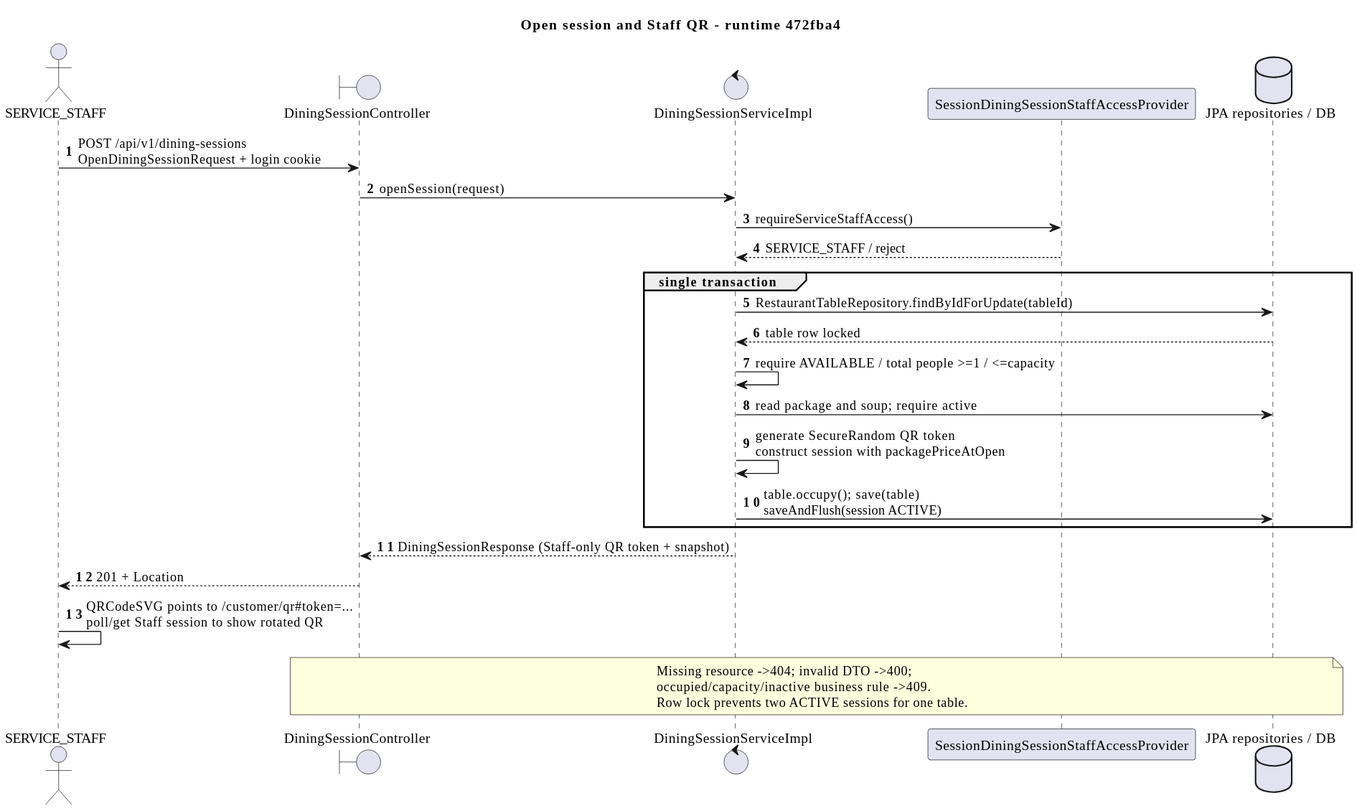
Earlier version of the PlantUML export doc/diagrams/previews/sequence-open-session.svg (PavaritPramual/buffet-restaurant-management-system).
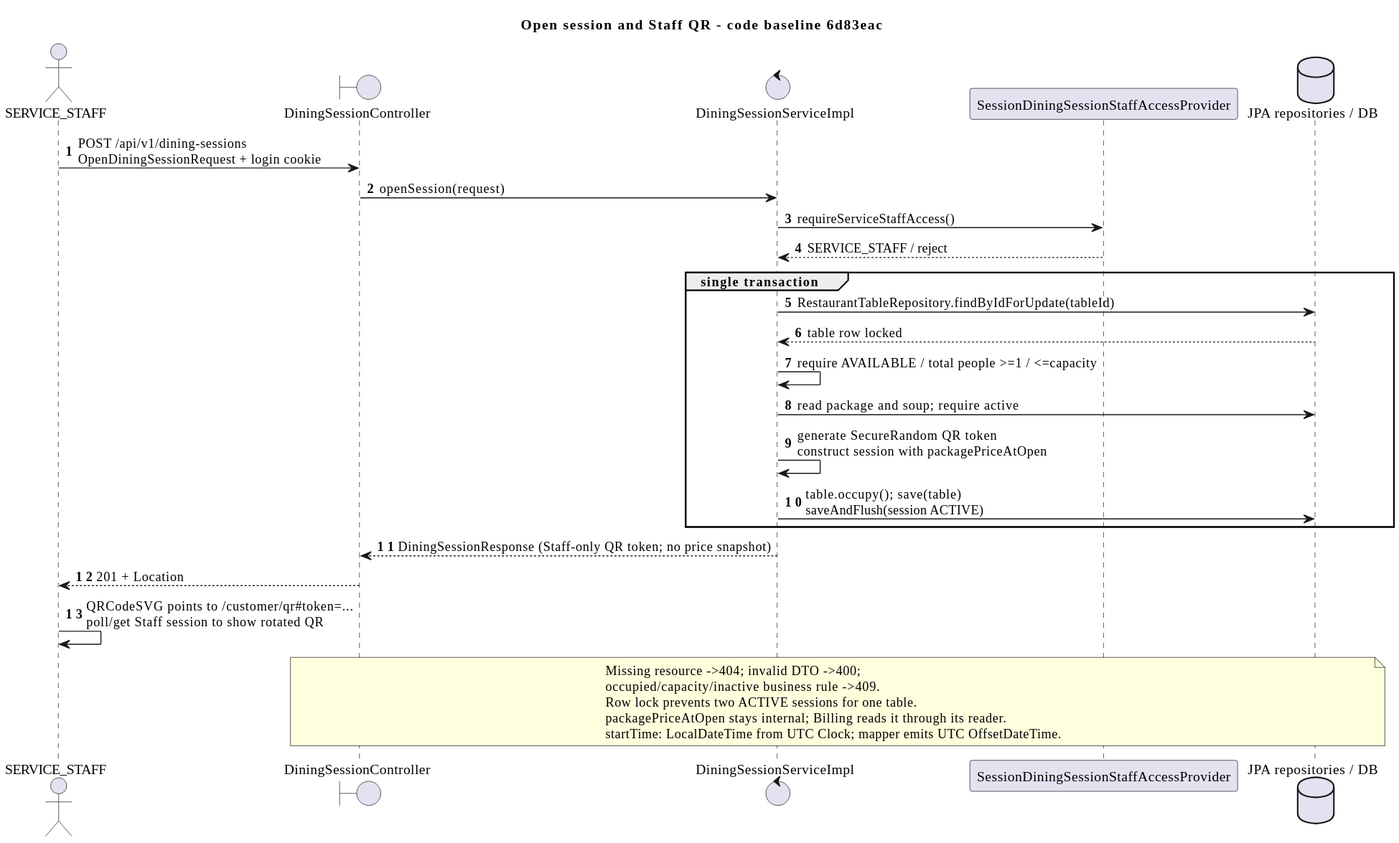
Above is the later version.

Commit message:
docs: reconcile Pavarit module diagrams with merged code

The edit, as a diff of the source:
```diff
@@ -1,7 +1,7 @@
 @startuml
 skinparam shadowing false
 skinparam defaultFontName Tahoma
-title Open session and Staff QR - runtime 472fba4
+title Open session and Staff QR - code baseline 6d83eac
 autonumber
 actor SERVICE_STAFF as Staff
 boundary DiningSessionController as C
@@ -20,12 +20,14 @@
  S -> S : generate SecureRandom QR token\nconstruct session with packagePriceAtOpen
  S -> DB : table.occupy(); save(table)\nsaveAndFlush(session ACTIVE)
 end
-S --> C : DiningSessionResponse (Staff-only QR token + snapshot)
+S --> C : DiningSessionResponse (Staff-only QR token; no price snapshot)
 C --> Staff : 201 + Location
 Staff -> Staff : QRCodeSVG points to /customer/qr#token=...\npoll/get Staff session to show rotated QR
 note over C,DB
  Missing resource ->404; invalid DTO ->400;
  occupied/capacity/inactive business rule ->409.
  Row lock prevents two ACTIVE sessions for one table.
+ packagePriceAtOpen stays internal; Billing reads it through its reader.
+ startTime: LocalDateTime from UTC Clock; mapper emits UTC OffsetDateTime.
 end note
 @enduml
```
